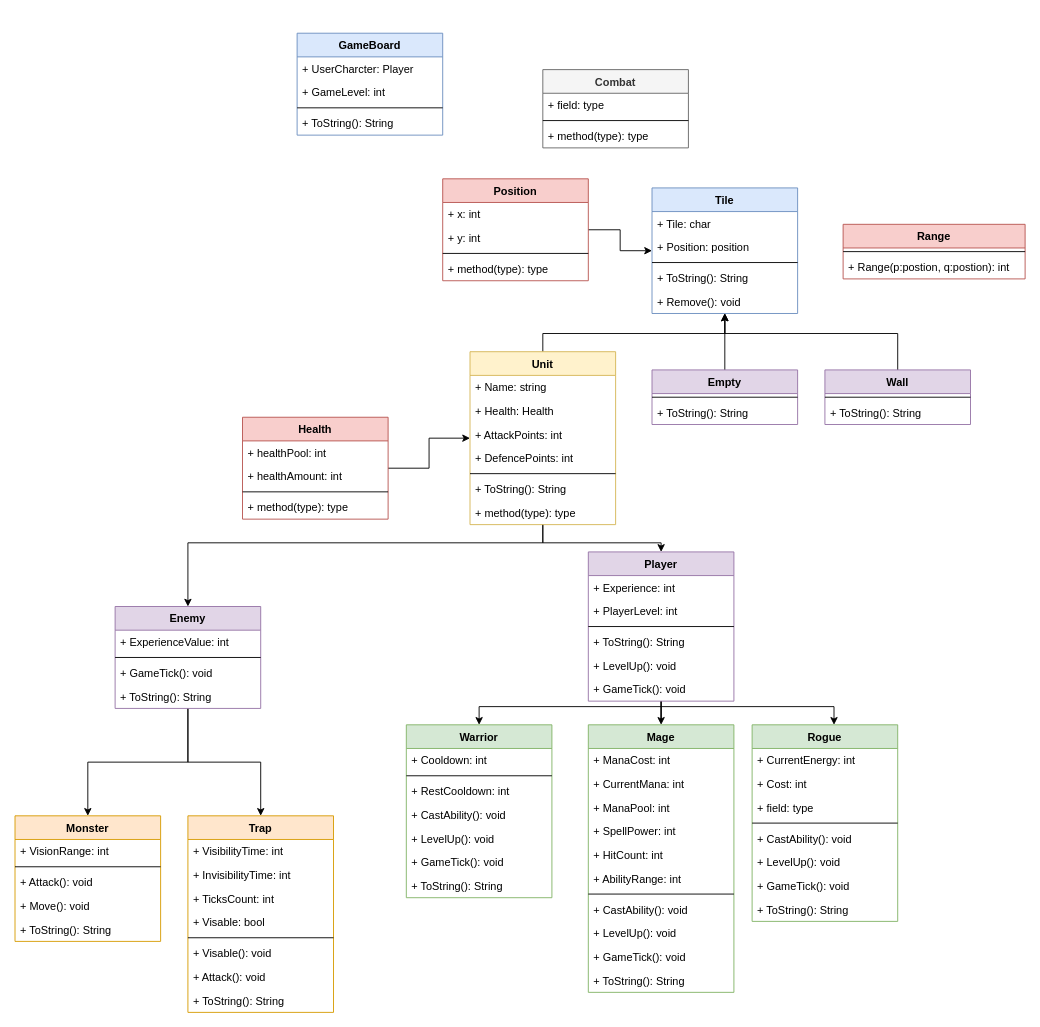
This is hw3.drawio from inbarbc/Dungeons_and_Dragons, a draw.io file, before an edit. Source tidied: cells renumbered, new cells numbered last; positions are measured from the earlier drawing's top-left corner, leaving out a move shared by most shapes. Both pictures are drawn from the tidied source at 91%, with x=0, y=0 at pixel (15, 33).
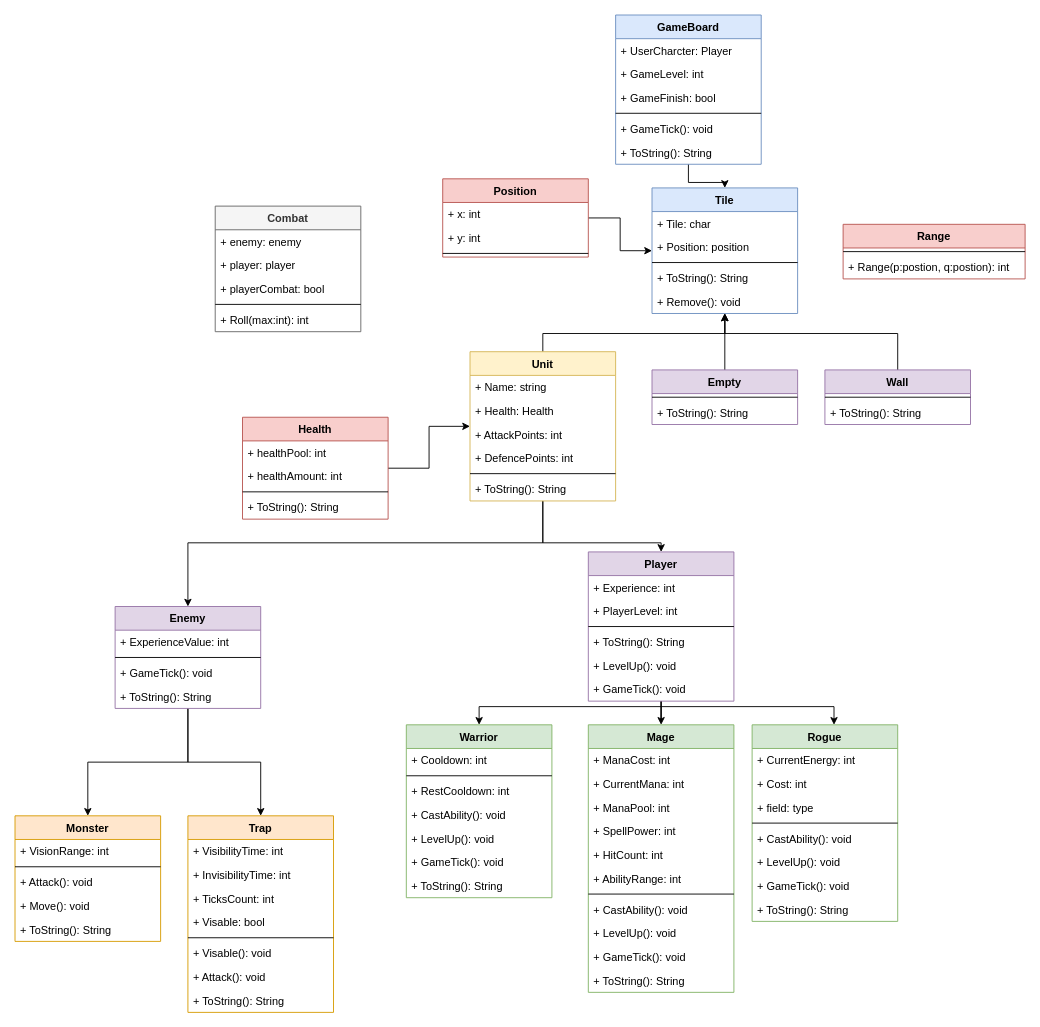
The same page after the edit.

The change refers to these unchanged cells:
```xml
<mxCell id="45" value="Tile&#10;" style="swimlane;fontStyle=1;align=center;verticalAlign=top;horizontal=1;startSize=26;fillColor=#dae8fc;strokeColor=#6c8ebf;" parent="1" vertex="1">
  <mxGeometry x="700" y="170" width="160" height="138" as="geometry" />
</mxCell>
<mxCell id="63" value="Health" style="swimlane;fontStyle=1;align=center;verticalAlign=top;horizontal=1;startSize=26;fillColor=#f8cecc;strokeColor=#b85450;" parent="1" vertex="1">
  <mxGeometry x="250" y="422" width="160" height="112" as="geometry" />
</mxCell>
```

What changed in the source:
```diff
@@
+    <mxCell id="112" style="edgeStyle=orthogonalEdgeStyle;rounded=0;jettySize=auto;html=1;" parent="1" edge="1" source="2" target="45">
+      <mxGeometry relative="1" as="geometry" />
+    </mxCell>
     <mxCell id="2" value="GameBoard" style="swimlane;fontStyle=1;align=center;verticalAlign=top;horizontal=1;startSize=26;fillColor=#dae8fc;strokeColor=#6c8ebf;" parent="1" vertex="1">
-      <mxGeometry x="310" width="160" height="112" as="geometry" />
+      <mxGeometry x="660" y="-20" width="160" height="164" as="geometry" />
     </mxCell>
@@
+    <mxCell id="113" value="+ GameFinish: bool" style="text;strokeColor=none;fillColor=none;align=left;verticalAlign=top;spacingLeft=4;spacingRight=4;overflow=hidden;" parent="2" vertex="1">
+      <mxGeometry y="78" width="160" height="26" as="geometry" />
+    </mxCell>
     <mxCell id="5" style="line;strokeWidth=1;fillColor=none;align=left;verticalAlign=middle;spacingTop=-1;spacingLeft=3;spacingRight=3;labelPosition=right;" parent="2" vertex="1">
-      <mxGeometry y="78" width="160" height="8" as="geometry" />
+      <mxGeometry y="104" width="160" height="8" as="geometry" />
     </mxCell>
-    <mxCell id="6" value="+ ToString(): String" style="text;strokeColor=none;fillColor=none;align=left;verticalAlign=top;spacingLeft=4;spacingRight=4;overflow=hidden;" parent="2" vertex="1">
-      <mxGeometry y="86" width="160" height="26" as="geometry" />
+    <mxCell id="6" value="+ GameTick(): void" style="text;strokeColor=none;fillColor=none;align=left;verticalAlign=top;spacingLeft=4;spacingRight=4;overflow=hidden;" parent="2" vertex="1">
+      <mxGeometry y="112" width="160" height="26" as="geometry" />
     </mxCell>
+    <mxCell id="114" value="+ ToString(): String" style="text;strokeColor=none;fillColor=none;align=left;verticalAlign=top;spacingLeft=4;spacingRight=4;overflow=hidden;" parent="2" vertex="1">
+      <mxGeometry y="138" width="160" height="26" as="geometry" />
+    </mxCell>
@@
     <mxCell id="27" value="Unit" style="swimlane;fontStyle=1;align=center;verticalAlign=top;horizontal=1;startSize=26;fillColor=#fff2cc;strokeColor=#d6b656;" parent="1" vertex="1">
-      <mxGeometry x="500" y="350" width="160" height="190" as="geometry" />
+      <mxGeometry x="500" y="350" width="160" height="164" as="geometry" />
     </mxCell>
@@
-    <mxCell id="34" value="+ method(type): type" style="text;strokeColor=none;fillColor=none;align=left;verticalAlign=top;spacingLeft=4;spacingRight=4;overflow=hidden;" parent="27" vertex="1">
-      <mxGeometry y="164" width="160" height="26" as="geometry" />
-    </mxCell>
     <mxCell id="35" value="Combat" style="swimlane;fontStyle=1;align=center;verticalAlign=top;horizontal=1;startSize=26;fillColor=#f5f5f5;strokeColor=#666666;fontColor=#333333;" parent="1" vertex="1">
-      <mxGeometry x="580" y="40" width="160" height="86" as="geometry" />
+      <mxGeometry x="220" y="190" width="160" height="138" as="geometry" />
     </mxCell>
-    <mxCell id="36" value="+ field: type" style="text;strokeColor=none;fillColor=none;align=left;verticalAlign=top;spacingLeft=4;spacingRight=4;overflow=hidden;" parent="35" vertex="1">
+    <mxCell id="36" value="+ enemy: enemy" style="text;strokeColor=none;fillColor=none;align=left;verticalAlign=top;spacingLeft=4;spacingRight=4;overflow=hidden;" parent="35" vertex="1">
       <mxGeometry y="26" width="160" height="26" as="geometry" />
     </mxCell>
+    <mxCell id="115" value="+ player: player" style="text;strokeColor=none;fillColor=none;align=left;verticalAlign=top;spacingLeft=4;spacingRight=4;overflow=hidden;" parent="35" vertex="1">
+      <mxGeometry y="52" width="160" height="26" as="geometry" />
+    </mxCell>
+    <mxCell id="116" value="+ playerCombat: bool" style="text;strokeColor=none;fillColor=none;align=left;verticalAlign=top;spacingLeft=4;spacingRight=4;overflow=hidden;" parent="35" vertex="1">
+      <mxGeometry y="78" width="160" height="26" as="geometry" />
+    </mxCell>
     <mxCell id="37" style="line;strokeWidth=1;fillColor=none;align=left;verticalAlign=middle;spacingTop=-1;spacingLeft=3;spacingRight=3;labelPosition=right;" parent="35" vertex="1">
-      <mxGeometry y="52" width="160" height="8" as="geometry" />
+      <mxGeometry y="104" width="160" height="8" as="geometry" />
     </mxCell>
-    <mxCell id="38" value="+ method(type): type" style="text;strokeColor=none;fillColor=none;align=left;verticalAlign=top;spacingLeft=4;spacingRight=4;overflow=hidden;" parent="35" vertex="1">
-      <mxGeometry y="60" width="160" height="26" as="geometry" />
+    <mxCell id="38" value="+ Roll(max:int): int" style="text;strokeColor=none;fillColor=none;align=left;verticalAlign=top;spacingLeft=4;spacingRight=4;overflow=hidden;" parent="35" vertex="1">
+      <mxGeometry y="112" width="160" height="26" as="geometry" />
     </mxCell>
@@
     <mxCell id="40" value="Position" style="swimlane;fontStyle=1;align=center;verticalAlign=top;horizontal=1;startSize=26;fillColor=#f8cecc;strokeColor=#b85450;" parent="1" vertex="1">
-      <mxGeometry x="470" y="160" width="160" height="112" as="geometry" />
+      <mxGeometry x="470" y="160" width="160" height="86" as="geometry" />
     </mxCell>
@@
-    <mxCell id="44" value="+ method(type): type" style="text;strokeColor=none;fillColor=none;align=left;verticalAlign=top;spacingLeft=4;spacingRight=4;overflow=hidden;" parent="40" vertex="1">
-      <mxGeometry y="86" width="160" height="26" as="geometry" />
-    </mxCell>
@@
-    <mxCell id="67" value="+ method(type): type" style="text;strokeColor=none;fillColor=none;align=left;verticalAlign=top;spacingLeft=4;spacingRight=4;overflow=hidden;" parent="63" vertex="1">
-      <mxGeometry y="86" width="160" height="26" as="geometry" />
-    </mxCell>
+    <mxCell id="117" value="+ ToString(): String" style="text;strokeColor=none;fillColor=none;align=left;verticalAlign=top;spacingLeft=4;spacingRight=4;overflow=hidden;" parent="63" vertex="1">
+      <mxGeometry y="86" width="160" height="26" as="geometry" />
+    </mxCell>
```
